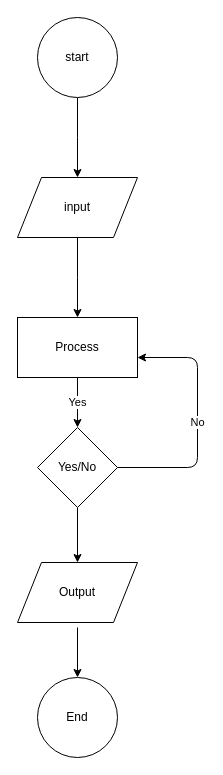
This is Untitled Diagram.drawio from masoud08/ALGORITHM, a draw.io file, before an edit. Source tidied: cells renumbered, new cells numbered last; positions are measured from the earlier drawing's top-left corner, leaving out a move shared by most shapes. Both pictures are drawn from the tidied source at 100%, with x=0, y=0 at pixel (17, 17).
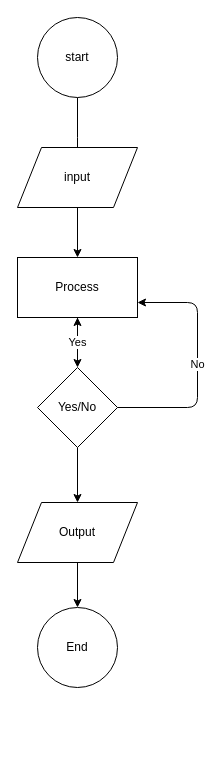
The same page after the edit.

The edit, as a diff of the source:
```diff
@@
 <mxGraphModel>
   <root>
     <mxCell id="0" />
     <mxCell id="1" parent="0" />
     <mxCell id="2" style="edgeStyle=orthogonalEdgeStyle;rounded=0;jettySize=auto;html=1;" parent="1" edge="1" source="3">
       <mxGeometry relative="1" as="geometry">
         <mxPoint x="60" y="160" as="targetPoint" />
       </mxGeometry>
     </mxCell>
     <mxCell id="3" value="start" style="ellipse;whiteSpace=wrap;html=1;" parent="1" vertex="1">
       <mxGeometry x="20" width="80" height="80" as="geometry" />
     </mxCell>
-    <mxCell id="4" style="edgeStyle=orthogonalEdgeStyle;rounded=0;jettySize=auto;html=1;" parent="1" edge="1" source="5">
+    <mxCell id="4" style="edgeStyle=orthogonalEdgeStyle;rounded=0;jettySize=auto;html=1;" parent="1" edge="1" source="6">
       <mxGeometry relative="1" as="geometry">
         <mxPoint x="60" y="300" as="targetPoint" />
       </mxGeometry>
     </mxCell>
     <mxCell id="5" value="input" style="shape=parallelogram;perimeter=parallelogramPerimeter;whiteSpace=wrap;html=1;" parent="1" vertex="1">
-      <mxGeometry y="160" width="120" height="60" as="geometry" />
+      <mxGeometry y="130" width="120" height="60" as="geometry" />
     </mxCell>
-    <mxCell id="6" value="Process" style="rounded=0;whiteSpace=wrap;html=1;" parent="1" vertex="1">
-      <mxGeometry y="300" width="120" height="60" as="geometry" />
-    </mxCell>
     <mxCell id="7" style="edgeStyle=orthogonalEdgeStyle;rounded=0;jettySize=auto;html=1;exitX=0.5;exitY=1;exitDx=0;exitDy=0;entryX=0.5;entryY=0;entryDx=0;entryDy=0;" parent="1" edge="1" source="8" target="10">
       <mxGeometry relative="1" as="geometry" />
     </mxCell>
     <mxCell id="8" value="Yes/No" style="rhombus;whiteSpace=wrap;html=1;" parent="1" vertex="1">
-      <mxGeometry x="20" y="410" width="80" height="80" as="geometry" />
+      <mxGeometry x="20" y="350" width="80" height="80" as="geometry" />
     </mxCell>
-    <mxCell id="9" value="No" style="endArrow=classic;html=1;exitX=1;exitY=0.5;exitDx=0;exitDy=0;" parent="1" edge="1" source="8">
+    <mxCell id="9" value="No" style="endArrow=classic;html=1;exitX=1;exitY=0.5;exitDx=0;exitDy=0;entryX=1;entryY=0.75;entryDx=0;entryDy=0;" parent="1" edge="1" source="8" target="6">
       <mxGeometry relative="1" as="geometry">
-        <mxPoint x="120" y="340" as="targetPoint" />
         <Array as="points">
-          <mxPoint x="180" y="450" />
-          <mxPoint x="180" y="340" />
+          <mxPoint x="180" y="390" />
+          <mxPoint x="180" y="285" />
         </Array>
       </mxGeometry>
     </mxCell>
     <mxCell id="10" value="Output" style="shape=parallelogram;perimeter=parallelogramPerimeter;whiteSpace=wrap;html=1;" parent="1" vertex="1">
-      <mxGeometry y="545" width="120" height="60" as="geometry" />
+      <mxGeometry y="485" width="120" height="60" as="geometry" />
     </mxCell>
     <mxCell id="11" value="End" style="ellipse;whiteSpace=wrap;html=1;" parent="1" vertex="1">
-      <mxGeometry x="20" y="660" width="80" height="80" as="geometry" />
+      <mxGeometry x="20" y="590" width="80" height="80" as="geometry" />
     </mxCell>
-    <mxCell id="12" style="endArrow=classic;html=1;entryX=0.5;entryY=0;entryDx=0;entryDy=0;" parent="1" edge="1" target="11">
-      <mxGeometry relative="1" as="geometry">
-        <mxPoint x="60" y="610" as="sourcePoint" />
-      </mxGeometry>
+    <mxCell id="12" style="endArrow=classic;html=1;entryX=0.5;entryY=0;entryDx=0;entryDy=0;exitX=0.5;exitY=1;exitDx=0;exitDy=0;" parent="1" edge="1" source="10" target="11">
+      <mxGeometry relative="1" as="geometry" />
     </mxCell>
     <mxCell id="13" value="Yes" style="endArrow=classic;html=1;exitX=0.5;exitY=1;exitDx=0;exitDy=0;entryX=0.5;entryY=0;entryDx=0;entryDy=0;" parent="1" edge="1" source="6" target="8">
       <mxGeometry relative="1" as="geometry" />
     </mxCell>
+    <mxCell id="6" value="Process" style="rounded=0;whiteSpace=wrap;html=1;" parent="1" vertex="1">
+      <mxGeometry y="240" width="120" height="60" as="geometry" />
+    </mxCell>
+    <mxCell id="14" style="edgeStyle=orthogonalEdgeStyle;rounded=0;jettySize=auto;html=1;" parent="1" edge="1" source="5" target="6">
+      <mxGeometry relative="1" as="geometry" />
+    </mxCell>
   </root>
 </mxGraphModel>
```
